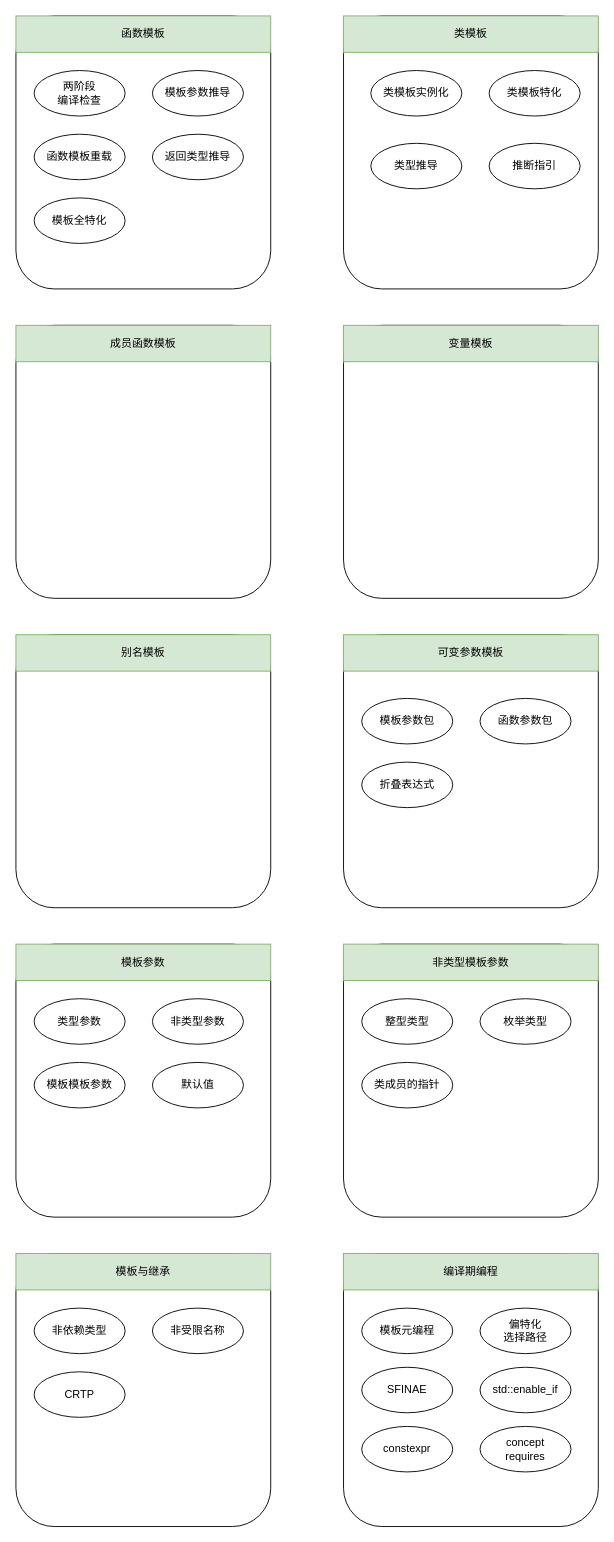
Before: cplusplus_template_learning.drawio in ZiqingYip/moment, a draw.io diagram. Source tidied: cells renumbered, new cells numbered last; positions are measured from the earlier drawing's top-left corner, leaving out a move shared by most shapes. Both pictures are drawn from the tidied source at 91%, with x=0, y=0 at pixel (15, 15).
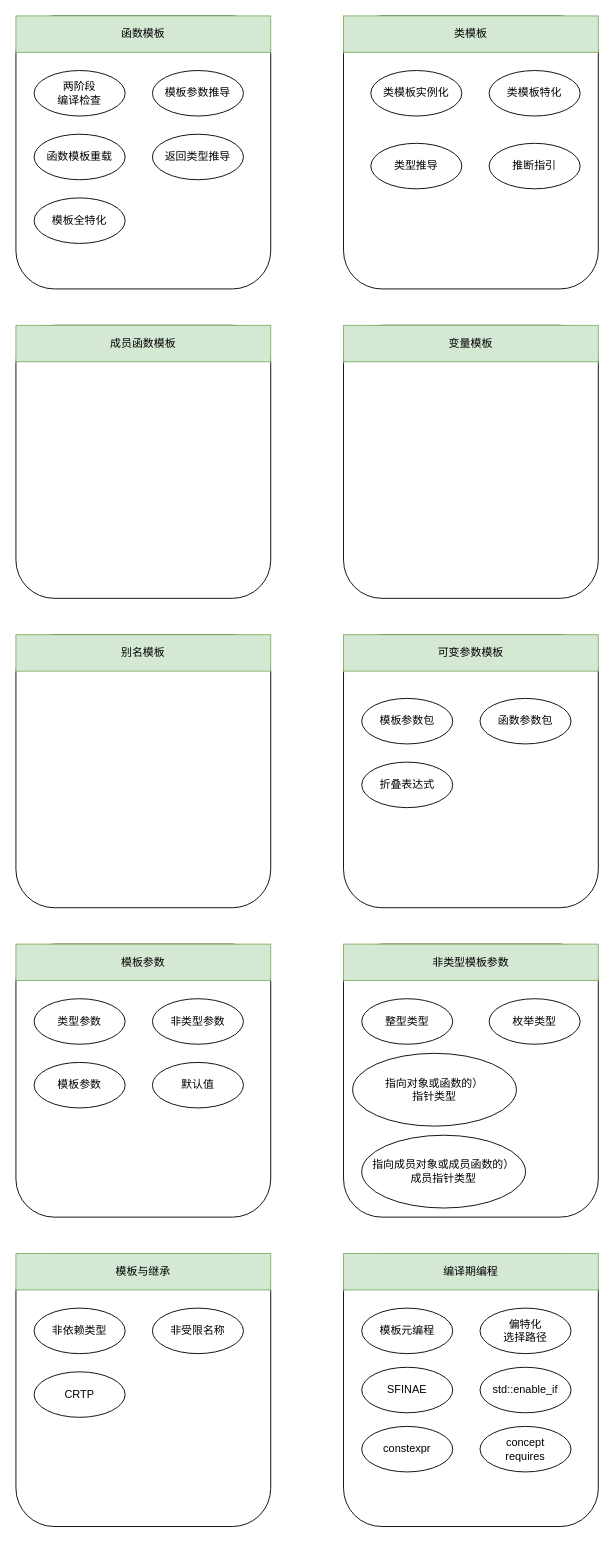
The same diagram, later.

What changed in the source:
```diff
@@
     <mxCell id="27" value="枚举类型" style="ellipse;whiteSpace=wrap;html=1;" parent="1" vertex="1">
-      <mxGeometry x="510" y="1080" width="100" height="50" as="geometry" />
+      <mxGeometry x="520" y="1080" width="100" height="50" as="geometry" />
     </mxCell>
-    <mxCell id="28" value="类成员的指针" style="ellipse;whiteSpace=wrap;html=1;" parent="1" vertex="1">
-      <mxGeometry x="380" y="1150" width="100" height="50" as="geometry" />
+    <mxCell id="28" value="指向对象或函数的）&lt;br&gt;指针类型" style="ellipse;whiteSpace=wrap;html=1;" parent="1" vertex="1">
+      <mxGeometry x="370" y="1140" width="180" height="80" as="geometry" />
     </mxCell>
@@
-    <mxCell id="48" value="&lt;div&gt;模板模板参数&lt;/div&gt;" style="ellipse;whiteSpace=wrap;html=1;" parent="1" vertex="1">
+    <mxCell id="48" value="&lt;div&gt;模板参数&lt;/div&gt;" style="ellipse;whiteSpace=wrap;html=1;" parent="1" vertex="1">
       <mxGeometry x="20" y="1150" width="100" height="50" as="geometry" />
     </mxCell>
@@
+    <mxCell id="50" value="指向成员对象或成员函数的）&lt;br&gt;成员指针类型" style="ellipse;whiteSpace=wrap;html=1;" parent="1" vertex="1">
+      <mxGeometry x="380" y="1230" width="180" height="80" as="geometry" />
+    </mxCell>
```
